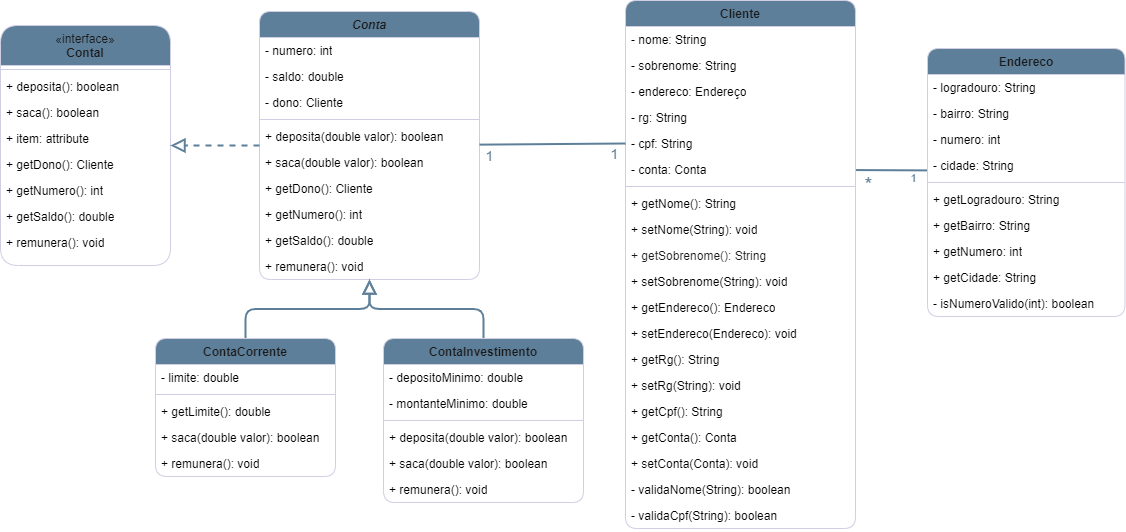
This is assets/diagrama.png from Salgado2004/Trabalho-Final-LPOO-UFPR, a draw.io export, as it was before one commit. Source tidied: cells renumbered, new cells last; positions are measured from the earlier drawing's top-left corner, leaving out a move shared by most shapes.
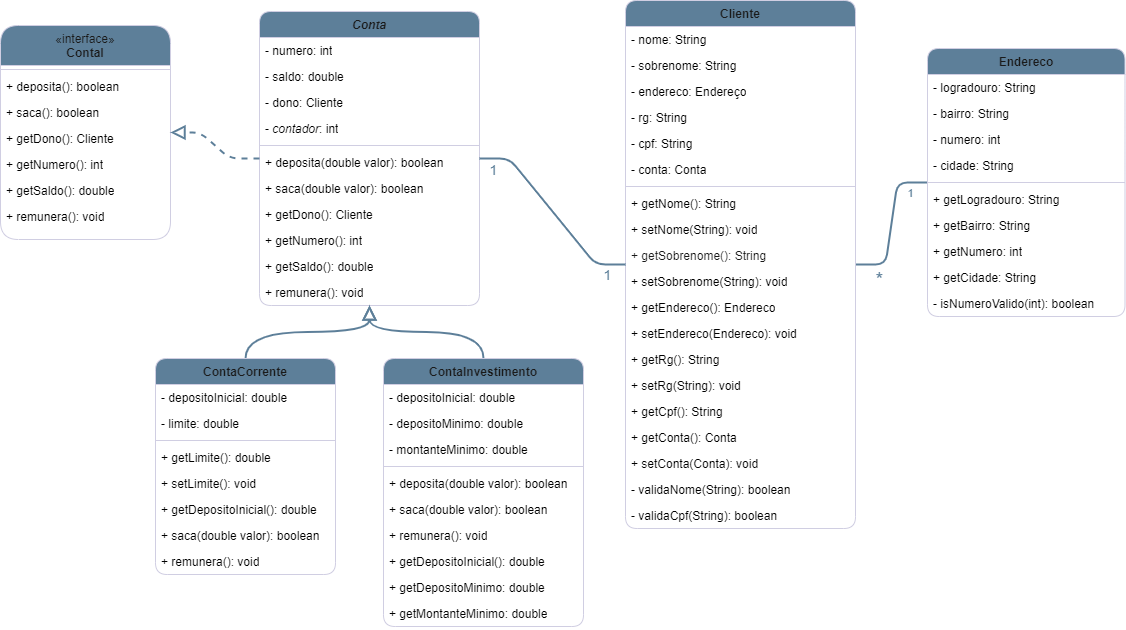
The same diagram one commit later.

Commit message:
Update diagrama de classes + readme

Diff of the diagram source:
```diff
@@ -3,7 +3,7 @@
     <mxCell id="0" />
     <mxCell id="1" parent="0" />
     <mxCell id="2" value="&lt;i&gt;Conta&lt;/i&gt;" style="swimlane;fontStyle=1;align=center;verticalAlign=top;horizontal=1;startSize=26;whiteSpace=wrap;html=1;labelBackgroundColor=none;fillColor=#5D7F99;strokeColor=#D0CEE2;fontColor=#1A1A1A;rounded=1;swimlaneFillColor=default;" parent="1" vertex="1">
-      <mxGeometry x="259" y="11" width="220" height="268" as="geometry" />
+      <mxGeometry x="259" y="11" width="220" height="294" as="geometry" />
     </mxCell>
     <mxCell id="3" value="- numero: int" style="text;align=left;verticalAlign=top;spacingLeft=4;spacingRight=4;overflow=hidden;whiteSpace=wrap;html=1;labelBackgroundColor=none;rounded=1;" parent="2" vertex="1">
       <mxGeometry y="26" width="220" height="26" as="geometry" />
@@ -14,73 +14,97 @@
     <mxCell id="5" value="- dono: Cliente" style="text;align=left;verticalAlign=top;spacingLeft=4;spacingRight=4;overflow=hidden;whiteSpace=wrap;html=1;labelBackgroundColor=none;rounded=1;" parent="2" vertex="1">
       <mxGeometry y="78" width="220" height="26" as="geometry" />
     </mxCell>
+    <mxCell id="76" value="- &lt;i&gt;contador&lt;/i&gt;: int" style="text;strokeColor=none;fillColor=none;align=left;verticalAlign=top;spacingLeft=4;spacingRight=4;overflow=hidden;whiteSpace=wrap;html=1;" parent="2" vertex="1">
+      <mxGeometry y="104" width="220" height="26" as="geometry" />
+    </mxCell>
     <mxCell id="6" style="line;strokeWidth=1;fillColor=none;align=left;verticalAlign=middle;spacingTop=-1;spacingLeft=3;spacingRight=3;labelPosition=right;strokeColor=#D0CEE2;labelBackgroundColor=none;fontColor=#1A1A1A;rounded=1;" parent="2" vertex="1">
-      <mxGeometry y="104" width="220" height="8" as="geometry" />
+      <mxGeometry y="130" width="220" height="8" as="geometry" />
     </mxCell>
     <mxCell id="7" value="+&amp;nbsp;&lt;span style=&quot;text-align: center;&quot;&gt;deposita(double valor)&lt;/span&gt;: boolean" style="text;align=left;verticalAlign=top;spacingLeft=4;spacingRight=4;overflow=hidden;whiteSpace=wrap;html=1;labelBackgroundColor=none;rounded=1;" parent="2" vertex="1">
-      <mxGeometry y="112" width="220" height="26" as="geometry" />
+      <mxGeometry y="138" width="220" height="26" as="geometry" />
     </mxCell>
     <mxCell id="8" value="+&amp;nbsp;&lt;span style=&quot;text-align: center;&quot;&gt;saca(double valor)&lt;/span&gt;: boolean" style="text;align=left;verticalAlign=top;spacingLeft=4;spacingRight=4;overflow=hidden;whiteSpace=wrap;html=1;labelBackgroundColor=none;rounded=1;" parent="2" vertex="1">
-      <mxGeometry y="138" width="220" height="26" as="geometry" />
+      <mxGeometry y="164" width="220" height="26" as="geometry" />
     </mxCell>
     <mxCell id="9" value="+&amp;nbsp;&lt;span style=&quot;text-align: center;&quot;&gt;getDono()&lt;/span&gt;: Cliente" style="text;align=left;verticalAlign=top;spacingLeft=4;spacingRight=4;overflow=hidden;whiteSpace=wrap;html=1;labelBackgroundColor=none;rounded=1;" parent="2" vertex="1">
-      <mxGeometry y="164" width="220" height="26" as="geometry" />
+      <mxGeometry y="190" width="220" height="26" as="geometry" />
     </mxCell>
     <mxCell id="10" value="+&amp;nbsp;&lt;span style=&quot;text-align: center;&quot;&gt;getNumero()&lt;/span&gt;: int" style="text;align=left;verticalAlign=top;spacingLeft=4;spacingRight=4;overflow=hidden;whiteSpace=wrap;html=1;labelBackgroundColor=none;rounded=1;" parent="2" vertex="1">
-      <mxGeometry y="190" width="220" height="26" as="geometry" />
+      <mxGeometry y="216" width="220" height="26" as="geometry" />
     </mxCell>
     <mxCell id="11" value="+&amp;nbsp;&lt;span style=&quot;text-align: center;&quot;&gt;getSaldo()&lt;/span&gt;: double" style="text;align=left;verticalAlign=top;spacingLeft=4;spacingRight=4;overflow=hidden;whiteSpace=wrap;html=1;labelBackgroundColor=none;rounded=1;" parent="2" vertex="1">
-      <mxGeometry y="216" width="220" height="26" as="geometry" />
+      <mxGeometry y="242" width="220" height="26" as="geometry" />
     </mxCell>
     <mxCell id="12" value="+&amp;nbsp;&lt;span style=&quot;text-align: center;&quot;&gt;remunera()&lt;/span&gt;: void" style="text;align=left;verticalAlign=top;spacingLeft=4;spacingRight=4;overflow=hidden;whiteSpace=wrap;html=1;labelBackgroundColor=none;rounded=1;" parent="2" vertex="1">
-      <mxGeometry y="242" width="220" height="26" as="geometry" />
+      <mxGeometry y="268" width="220" height="26" as="geometry" />
     </mxCell>
-    <mxCell id="13" style="edgeStyle=orthogonalEdgeStyle;rounded=1;jettySize=auto;html=1;endArrow=block;endFill=0;endSize=10;labelBackgroundColor=none;strokeColor=#5D7F99;fontColor=default;strokeWidth=2;" parent="1" edge="1" source="14" target="2">
+    <mxCell id="13" style="edgeStyle=orthogonalEdgeStyle;rounded=1;jettySize=auto;html=1;endArrow=block;endFill=0;endSize=10;labelBackgroundColor=none;strokeColor=#5D7F99;fontColor=default;strokeWidth=2;curved=1;" parent="1" edge="1" source="14" target="2">
       <mxGeometry relative="1" as="geometry" />
     </mxCell>
     <mxCell id="14" value="ContaCorrente" style="swimlane;fontStyle=1;align=center;verticalAlign=top;horizontal=1;startSize=26;whiteSpace=wrap;html=1;labelBackgroundColor=none;fillColor=#5D7F99;strokeColor=#D0CEE2;fontColor=#1A1A1A;rounded=1;swimlaneFillColor=default;" parent="1" vertex="1">
-      <mxGeometry x="155" y="338" width="180" height="138" as="geometry" />
+      <mxGeometry x="155" y="358" width="180" height="216" as="geometry" />
     </mxCell>
+    <mxCell id="77" value="- depositoInicial: double" style="text;strokeColor=none;fillColor=none;align=left;verticalAlign=top;spacingLeft=4;spacingRight=4;overflow=hidden;whiteSpace=wrap;html=1;" parent="14" vertex="1">
+      <mxGeometry y="26" width="180" height="26" as="geometry" />
+    </mxCell>
     <mxCell id="15" value="- limite: double" style="text;align=left;verticalAlign=top;spacingLeft=4;spacingRight=4;overflow=hidden;whiteSpace=wrap;html=1;labelBackgroundColor=none;rounded=1;" parent="14" vertex="1">
-      <mxGeometry y="26" width="180" height="26" as="geometry" />
+      <mxGeometry y="52" width="180" height="26" as="geometry" />
     </mxCell>
     <mxCell id="16" style="line;strokeWidth=1;fillColor=none;align=left;verticalAlign=middle;spacingTop=-1;spacingLeft=3;spacingRight=3;labelPosition=right;strokeColor=#D0CEE2;labelBackgroundColor=none;fontColor=#1A1A1A;rounded=1;" parent="14" vertex="1">
-      <mxGeometry y="52" width="180" height="8" as="geometry" />
+      <mxGeometry y="78" width="180" height="8" as="geometry" />
     </mxCell>
     <mxCell id="17" value="&lt;div&gt;+ &lt;span style=&quot;text-align: center;&quot;&gt;getLimite()&lt;/span&gt;: double&lt;/div&gt;&lt;div&gt;&lt;br&gt;&lt;/div&gt;" style="text;align=left;verticalAlign=top;spacingLeft=4;spacingRight=4;overflow=hidden;whiteSpace=wrap;html=1;labelBackgroundColor=none;rounded=1;" parent="14" vertex="1">
-      <mxGeometry y="60" width="180" height="26" as="geometry" />
+      <mxGeometry y="86" width="180" height="26" as="geometry" />
     </mxCell>
+    <mxCell id="78" value="+ setLimite(): void" style="text;strokeColor=none;fillColor=none;align=left;verticalAlign=top;spacingLeft=4;spacingRight=4;overflow=hidden;whiteSpace=wrap;html=1;" parent="14" vertex="1">
+      <mxGeometry y="112" width="180" height="26" as="geometry" />
+    </mxCell>
+    <mxCell id="79" value="+ getDepositoInicial(): double" style="text;strokeColor=none;fillColor=none;align=left;verticalAlign=top;spacingLeft=4;spacingRight=4;overflow=hidden;whiteSpace=wrap;html=1;" parent="14" vertex="1">
+      <mxGeometry y="138" width="180" height="26" as="geometry" />
+    </mxCell>
     <mxCell id="18" value="+&amp;nbsp;&lt;span style=&quot;text-align: center;&quot;&gt;saca(double valor)&lt;/span&gt;: boolean" style="text;align=left;verticalAlign=top;spacingLeft=4;spacingRight=4;overflow=hidden;whiteSpace=wrap;html=1;labelBackgroundColor=none;rounded=1;" parent="14" vertex="1">
-      <mxGeometry y="86" width="180" height="26" as="geometry" />
+      <mxGeometry y="164" width="180" height="26" as="geometry" />
     </mxCell>
     <mxCell id="19" value="+&amp;nbsp;&lt;span style=&quot;text-align: center;&quot;&gt;remunera()&lt;/span&gt;: void" style="text;align=left;verticalAlign=top;spacingLeft=4;spacingRight=4;overflow=hidden;whiteSpace=wrap;html=1;labelBackgroundColor=none;rounded=1;" parent="14" vertex="1">
-      <mxGeometry y="112" width="180" height="26" as="geometry" />
+      <mxGeometry y="190" width="180" height="26" as="geometry" />
     </mxCell>
-    <mxCell id="20" style="edgeStyle=orthogonalEdgeStyle;rounded=1;jettySize=auto;html=1;endArrow=block;endFill=0;endSize=10;labelBackgroundColor=none;strokeColor=#5D7F99;fontColor=default;strokeWidth=2;" parent="1" edge="1" source="21" target="2">
+    <mxCell id="20" style="edgeStyle=orthogonalEdgeStyle;rounded=1;jettySize=auto;html=1;endArrow=block;endFill=0;endSize=10;labelBackgroundColor=none;strokeColor=#5D7F99;fontColor=default;strokeWidth=2;curved=1;" parent="1" edge="1" source="21" target="2">
       <mxGeometry relative="1" as="geometry" />
     </mxCell>
     <mxCell id="21" value="ContaInvestimento" style="swimlane;fontStyle=1;align=center;verticalAlign=top;horizontal=1;startSize=26;whiteSpace=wrap;html=1;labelBackgroundColor=none;fillColor=#5D7F99;strokeColor=#D0CEE2;fontColor=#1A1A1A;rounded=1;swimlaneFillColor=default;" parent="1" vertex="1">
-      <mxGeometry x="383" y="338" width="200" height="164" as="geometry" />
+      <mxGeometry x="383" y="358" width="200" height="268" as="geometry" />
     </mxCell>
+    <mxCell id="80" value="- depositoInicial: double" style="text;strokeColor=none;fillColor=none;align=left;verticalAlign=top;spacingLeft=4;spacingRight=4;overflow=hidden;whiteSpace=wrap;html=1;" parent="21" vertex="1">
+      <mxGeometry y="26" width="200" height="26" as="geometry" />
+    </mxCell>
     <mxCell id="22" value="- depositoMinimo: double" style="text;align=left;verticalAlign=top;spacingLeft=4;spacingRight=4;overflow=hidden;whiteSpace=wrap;html=1;labelBackgroundColor=none;rounded=1;" parent="21" vertex="1">
-      <mxGeometry y="26" width="200" height="26" as="geometry" />
+      <mxGeometry y="52" width="200" height="26" as="geometry" />
     </mxCell>
     <mxCell id="23" value="- montanteMinimo: double" style="text;align=left;verticalAlign=top;spacingLeft=4;spacingRight=4;overflow=hidden;whiteSpace=wrap;html=1;labelBackgroundColor=none;rounded=1;" parent="21" vertex="1">
-      <mxGeometry y="52" width="200" height="26" as="geometry" />
+      <mxGeometry y="78" width="200" height="26" as="geometry" />
     </mxCell>
     <mxCell id="24" style="line;strokeWidth=1;fillColor=none;align=left;verticalAlign=middle;spacingTop=-1;spacingLeft=3;spacingRight=3;labelPosition=right;strokeColor=#D0CEE2;labelBackgroundColor=none;fontColor=#1A1A1A;rounded=1;" parent="21" vertex="1">
-      <mxGeometry y="78" width="200" height="8" as="geometry" />
+      <mxGeometry y="104" width="200" height="8" as="geometry" />
     </mxCell>
     <mxCell id="25" value="+&amp;nbsp;&lt;span style=&quot;text-align: center;&quot;&gt;deposita(double valor)&lt;/span&gt;: boolean" style="text;align=left;verticalAlign=top;spacingLeft=4;spacingRight=4;overflow=hidden;whiteSpace=wrap;html=1;labelBackgroundColor=none;rounded=1;" parent="21" vertex="1">
-      <mxGeometry y="86" width="200" height="26" as="geometry" />
+      <mxGeometry y="112" width="200" height="26" as="geometry" />
     </mxCell>
     <mxCell id="26" value="+&amp;nbsp;&lt;span style=&quot;text-align: center;&quot;&gt;saca(double valor)&lt;/span&gt;: boolean" style="text;align=left;verticalAlign=top;spacingLeft=4;spacingRight=4;overflow=hidden;whiteSpace=wrap;html=1;labelBackgroundColor=none;rounded=1;" parent="21" vertex="1">
-      <mxGeometry y="112" width="200" height="26" as="geometry" />
+      <mxGeometry y="138" width="200" height="26" as="geometry" />
     </mxCell>
     <mxCell id="27" value="+&amp;nbsp;&lt;span style=&quot;text-align: center;&quot;&gt;remunera()&lt;/span&gt;: void" style="text;align=left;verticalAlign=top;spacingLeft=4;spacingRight=4;overflow=hidden;whiteSpace=wrap;html=1;labelBackgroundColor=none;rounded=1;" parent="21" vertex="1">
-      <mxGeometry y="138" width="200" height="26" as="geometry" />
+      <mxGeometry y="164" width="200" height="26" as="geometry" />
     </mxCell>
+    <mxCell id="81" value="+ getDepositoInicial(): double" style="text;strokeColor=none;fillColor=none;align=left;verticalAlign=top;spacingLeft=4;spacingRight=4;overflow=hidden;whiteSpace=wrap;html=1;" parent="21" vertex="1">
+      <mxGeometry y="190" width="200" height="26" as="geometry" />
+    </mxCell>
+    <mxCell id="82" value="+ getDepositoMinimo: double" style="text;strokeColor=none;fillColor=none;align=left;verticalAlign=top;spacingLeft=4;spacingRight=4;overflow=hidden;whiteSpace=wrap;html=1;" parent="21" vertex="1">
+      <mxGeometry y="216" width="200" height="26" as="geometry" />
+    </mxCell>
+    <mxCell id="83" value="+ getMontanteMinimo: double" style="text;strokeColor=none;fillColor=none;align=left;verticalAlign=top;spacingLeft=4;spacingRight=4;overflow=hidden;whiteSpace=wrap;html=1;" parent="21" vertex="1">
+      <mxGeometry y="242" width="200" height="26" as="geometry" />
+    </mxCell>
-    <mxCell id="28" style="rounded=1;jettySize=auto;html=1;strokeColor=#5D7F99;fontColor=#1A1A1A;endArrow=none;endFill=0;strokeWidth=2;entryX=0.012;entryY=0.689;entryDx=0;entryDy=0;entryPerimeter=0;" parent="1" edge="1" source="37" target="66">
+    <mxCell id="28" style="rounded=1;jettySize=auto;html=1;strokeColor=#5D7F99;fontColor=#1A1A1A;endArrow=none;endFill=0;strokeWidth=2;edgeStyle=entityRelationEdgeStyle;" parent="1" edge="1" source="31" target="62">
       <mxGeometry relative="1" as="geometry" />
     </mxCell>
     <mxCell id="29" value="&lt;font color=&quot;#5d7f99&quot; style=&quot;font-size: 20px;&quot;&gt;*&lt;/font&gt;" style="edgeLabel;html=1;align=center;verticalAlign=middle;strokeColor=#D0CEE2;fontColor=#1A1A1A;fillColor=#5D7F99;fontSize=20;labelBackgroundColor=none;rounded=1;" parent="28" vertex="1">
@@ -88,9 +112,9 @@
         <mxPoint y="15" as="offset" />
       </mxGeometry>
     </mxCell>
-    <mxCell id="30" value="&lt;font color=&quot;#5d7f99&quot;&gt;1&lt;/font&gt;" style="edgeLabel;html=1;align=center;verticalAlign=middle;rounded=1;" parent="28" vertex="1">
+    <mxCell id="30" value="&lt;font color=&quot;#5d7f99&quot;&gt;1&lt;/font&gt;" style="edgeLabel;html=1;align=center;verticalAlign=middle;rounded=1;labelBackgroundColor=none;" parent="28" vertex="1">
       <mxGeometry x="0.55" relative="1" as="geometry">
-        <mxPoint y="8" as="offset" />
+        <mxPoint x="13" y="8" as="offset" />
       </mxGeometry>
     </mxCell>
     <mxCell id="31" value="Cliente" style="swimlane;fontStyle=1;align=center;verticalAlign=top;horizontal=1;startSize=26;whiteSpace=wrap;html=1;labelBackgroundColor=none;fillColor=#5D7F99;strokeColor=#D0CEE2;fontColor=#1A1A1A;rounded=1;glass=0;swimlaneLine=1;swimlaneFillColor=default;" parent="1" vertex="1">
@@ -157,7 +181,7 @@
       <mxGeometry y="502" width="230" height="26" as="geometry" />
     </mxCell>
     <mxCell id="52" value="&lt;span style=&quot;font-weight: 400;&quot;&gt;«interface»&lt;/span&gt;&lt;div style=&quot;font-weight: 400;&quot;&gt;&lt;b&gt;ContaI&lt;/b&gt;&lt;/div&gt;" style="swimlane;fontStyle=1;align=center;verticalAlign=top;horizontal=1;startSize=40;whiteSpace=wrap;html=1;strokeColor=#D0CEE2;fontColor=#1A1A1A;fillColor=#5D7F99;rounded=1;shadow=0;swimlaneFillColor=default;" parent="1" vertex="1">
-      <mxGeometry y="25" width="170" height="240" as="geometry" />
+      <mxGeometry y="25" width="170" height="214" as="geometry" />
     </mxCell>
     <mxCell id="53" style="line;strokeWidth=1;fillColor=none;align=left;verticalAlign=middle;spacingTop=-1;spacingLeft=3;spacingRight=3;labelPosition=right;strokeColor=inherit;fontColor=#1A1A1A;rounded=1;" parent="52" vertex="1">
       <mxGeometry y="40" width="170" height="8" as="geometry" />
@@ -168,22 +192,19 @@
     <mxCell id="55" value="+ saca(): boolean" style="text;align=left;verticalAlign=top;spacingLeft=4;spacingRight=4;overflow=hidden;whiteSpace=wrap;html=1;rounded=1;" parent="52" vertex="1">
       <mxGeometry y="74" width="170" height="26" as="geometry" />
     </mxCell>
-    <mxCell id="56" value="+ item: attribute" style="text;align=left;verticalAlign=top;spacingLeft=4;spacingRight=4;overflow=hidden;whiteSpace=wrap;html=1;rounded=1;" parent="52" vertex="1">
-      <mxGeometry y="100" width="170" height="26" as="geometry" />
-    </mxCell>
     <mxCell id="57" value="+ getDono(): Cliente" style="text;align=left;verticalAlign=top;spacingLeft=4;spacingRight=4;overflow=hidden;whiteSpace=wrap;html=1;rounded=1;" parent="52" vertex="1">
-      <mxGeometry y="126" width="170" height="26" as="geometry" />
+      <mxGeometry y="100" width="170" height="26" as="geometry" />
     </mxCell>
     <mxCell id="58" value="+ getNumero(): int" style="text;align=left;verticalAlign=top;spacingLeft=4;spacingRight=4;overflow=hidden;whiteSpace=wrap;html=1;rounded=1;" parent="52" vertex="1">
-      <mxGeometry y="152" width="170" height="26" as="geometry" />
+      <mxGeometry y="126" width="170" height="26" as="geometry" />
     </mxCell>
     <mxCell id="59" value="+ getSaldo(): double" style="text;align=left;verticalAlign=top;spacingLeft=4;spacingRight=4;overflow=hidden;whiteSpace=wrap;html=1;rounded=1;" parent="52" vertex="1">
-      <mxGeometry y="178" width="170" height="26" as="geometry" />
+      <mxGeometry y="152" width="170" height="26" as="geometry" />
     </mxCell>
     <mxCell id="60" value="+ remunera(): void" style="text;align=left;verticalAlign=top;spacingLeft=4;spacingRight=4;overflow=hidden;whiteSpace=wrap;html=1;rounded=1;" parent="52" vertex="1">
-      <mxGeometry y="204" width="170" height="36" as="geometry" />
+      <mxGeometry y="178" width="170" height="36" as="geometry" />
     </mxCell>
-    <mxCell id="61" style="rounded=1;jettySize=auto;html=1;strokeColor=#5D7F99;fontColor=#1A1A1A;endSize=10;endArrow=block;endFill=0;dashed=1;strokeWidth=2;" parent="1" edge="1" source="2" target="52">
+    <mxCell id="61" style="rounded=1;jettySize=auto;html=1;strokeColor=#5D7F99;fontColor=#1A1A1A;endSize=10;endArrow=block;endFill=0;dashed=1;strokeWidth=2;edgeStyle=entityRelationEdgeStyle;" parent="1" edge="1" source="2" target="52">
       <mxGeometry relative="1" as="geometry" />
     </mxCell>
     <mxCell id="62" value="Endereco" style="swimlane;fontStyle=1;align=center;verticalAlign=top;horizontal=1;startSize=26;whiteSpace=wrap;html=1;strokeColor=#D0CEE2;fontColor=#1A1A1A;fillColor=#5D7F99;rounded=1;strokeWidth=1;swimlaneFillColor=default;" parent="1" vertex="1">
@@ -219,7 +240,7 @@
     <mxCell id="72" value="- isNumeroValido(int): boolean" style="text;align=left;verticalAlign=top;spacingLeft=4;spacingRight=4;overflow=hidden;whiteSpace=wrap;html=1;rounded=1;" parent="62" vertex="1">
       <mxGeometry y="242" width="197.5" height="26" as="geometry" />
     </mxCell>
-    <mxCell id="73" style="endArrow=none;html=1;rounded=1;strokeColor=#5D7F99;entryX=0;entryY=0.5;entryDx=0;entryDy=0;strokeWidth=2;" parent="1" edge="1" source="2" target="36">
+    <mxCell id="73" style="endArrow=none;html=1;rounded=1;strokeColor=#5D7F99;strokeWidth=2;edgeStyle=entityRelationEdgeStyle;" parent="1" edge="1" source="2" target="31">
       <mxGeometry relative="1" as="geometry" />
     </mxCell>
     <mxCell id="74" value="&lt;font color=&quot;#5d7f99&quot;&gt;1&lt;/font&gt;" style="edgeLabel;html=1;align=center;verticalAlign=middle;fontSize=14;labelBackgroundColor=none;rounded=1;" parent="73" vertex="1">
```
